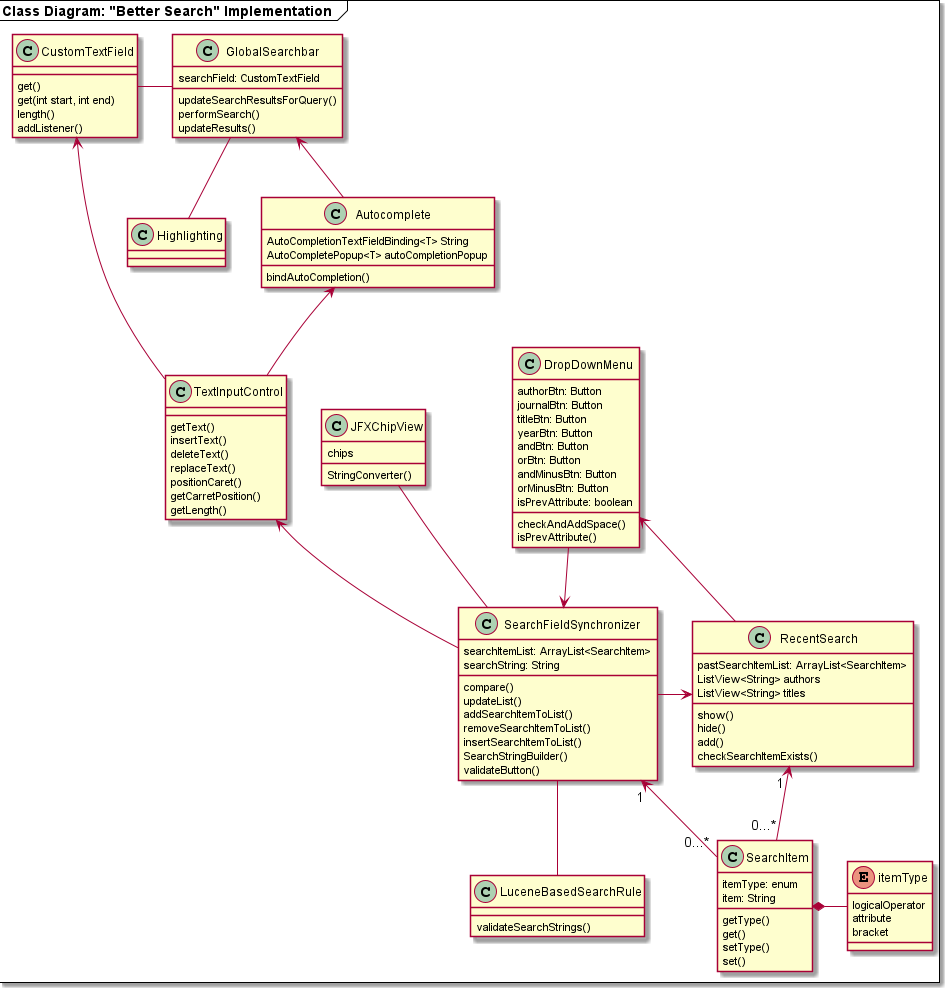
Above: docs/sweng/diagrams/class-diagram.png in JabRef/jabref (PlantUML), before the change.
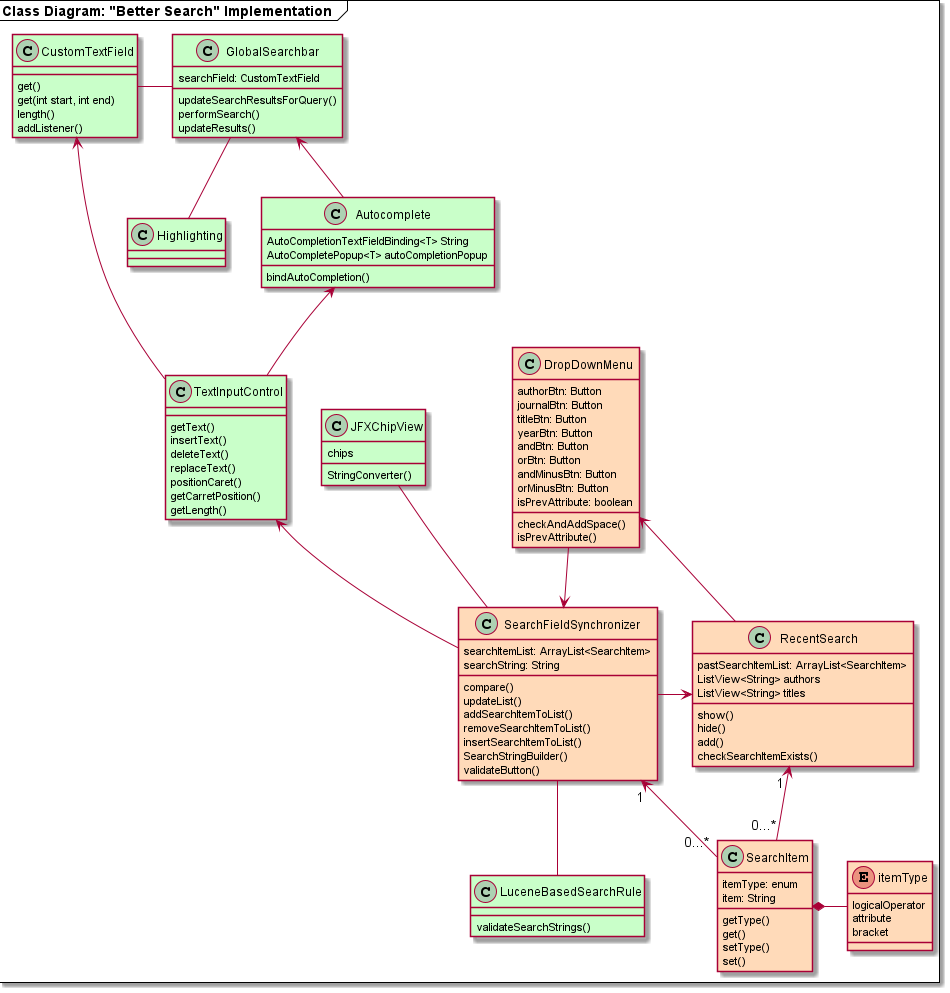
Later version of the same file.

Commit message:
Add color coding and legend to class diagram

What changed in the source:
```diff
@@ -1,5 +1,8 @@
 @startuml class-diagram
 mainframe **Class Diagram: "Better Search" Implementation  **
+
+
+
 together {
     class DropDownMenu
     class SearchFieldSynchronizer
@@ -21,14 +24,18 @@
 TextInputControl <-- SearchFieldSynchronizer
 RecentSearch "1 " <-- "0...*" SearchItem
 
-class GlobalSearchbar {
+class GlobalSearchbar #TECHNOLOGY {
     searchField: CustomTextField
     updateSearchResultsForQuery()
     performSearch()
     updateResults()
 }
 
-class RecentSearch {
+class Highlighting #TECHNOLOGY {
+
+}
+
+class RecentSearch #PeachPuff {
     pastSearchItemList: ArrayList<SearchItem>
     ListView<String> authors
     ListView<String> titles
@@ -39,7 +46,7 @@
 
 }
 
-class DropDownMenu {
+class DropDownMenu #PeachPuff {
     authorBtn: Button
     journalBtn: Button
     titleBtn: Button
@@ -53,17 +60,17 @@
     isPrevAttribute()
 }
 
-class LuceneBasedSearchRule {
+class LuceneBasedSearchRule #TECHNOLOGY {
     validateSearchStrings()
 }
 
-class Autocomplete {
+class Autocomplete #TECHNOLOGY {
     AutoCompletionTextFieldBinding<T> String
     AutoCompletePopup<T> autoCompletionPopup
     bindAutoCompletion()
 }
 
-class SearchFieldSynchronizer {
+class SearchFieldSynchronizer #PeachPuff {
     searchItemList: ArrayList<SearchItem>
     searchString: String
     compare()
@@ -75,7 +82,7 @@
     validateButton()
 }
 
-class SearchItem {
+class SearchItem #PeachPuff {
     itemType: enum
     item: String
     getType()
@@ -84,20 +91,20 @@
     set()
 }
 
-enum itemType {
+enum itemType #PeachPuff {
     logicalOperator
     attribute
     bracket
 }
 
-class CustomTextField {
+class CustomTextField #TECHNOLOGY {
     get()
     get(int start, int end)
     length()
     addListener()
 }
 
-class TextInputControl {
+class TextInputControl #TECHNOLOGY {
     getText()
     insertText()
     deleteText()
@@ -107,7 +114,7 @@
     getLength()
 }
 
-class JFXChipView {
+class JFXChipView #TECHNOLOGY {
     chips
     StringConverter()
 }
```
